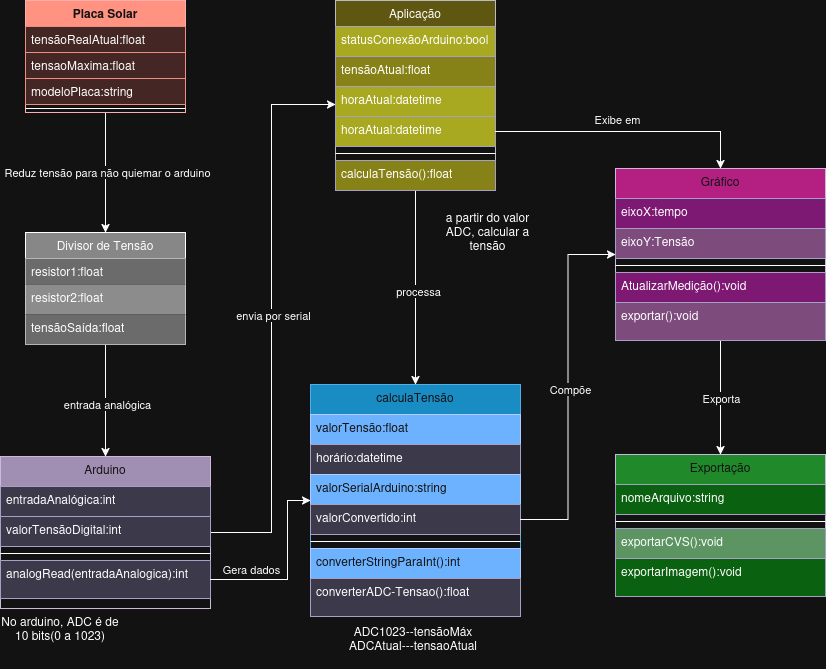
Before: img/Diagrama_Dominio_problema.drawio.png, a diagram exported from draw.io (Andre-LVS/Projeto_Andre_LVS). Source tidied: cells renumbered, new cells last; positions are measured from the earlier drawing's top-left corner, leaving out a move shared by most shapes. The source it was exported from:
```xml
<mxGraphModel>
  <root>
    <mxCell id="0" />
    <mxCell id="1" parent="0" />
    <mxCell id="2" style="edgeStyle=orthogonalEdgeStyle;rounded=0;jettySize=auto;html=1;entryX=0.5;entryY=0;entryDx=0;entryDy=0;" parent="1" edge="1" source="4" target="11">
      <mxGeometry relative="1" as="geometry" />
    </mxCell>
    <mxCell id="3" value="Reduz tensão para não quiemar o arduino" style="edgeLabel;html=1;align=center;verticalAlign=middle;" parent="2" vertex="1">
      <mxGeometry x="-0.01" y="1" relative="1" as="geometry" />
    </mxCell>
    <mxCell id="4" value="Placa Solar" style="swimlane;fontStyle=1;align=center;verticalAlign=top;horizontal=1;startSize=26;rounded=0;shadow=0;strokeWidth=1;fillColor=#e51400;fontColor=#ffffff;strokeColor=#B20000;" parent="1" vertex="1">
      <mxGeometry x="25" width="160" height="112" as="geometry" />
    </mxCell>
    <mxCell id="5" value="tensãoRealAtual:float" style="text;align=left;verticalAlign=top;spacingLeft=4;spacingRight=4;overflow=hidden;fillColor=#fad9d5;strokeColor=#ae4132;" parent="4" vertex="1">
      <mxGeometry y="26" width="160" height="26" as="geometry" />
    </mxCell>
    <mxCell id="6" value="tensaoMaxima:float" style="text;align=left;verticalAlign=top;spacingLeft=4;spacingRight=4;overflow=hidden;rounded=0;shadow=0;html=0;fillColor=#fad9d5;strokeColor=#ae4132;" parent="4" vertex="1">
      <mxGeometry y="52" width="160" height="26" as="geometry" />
    </mxCell>
    <mxCell id="7" value="modeloPlaca:string" style="text;align=left;verticalAlign=top;spacingLeft=4;spacingRight=4;overflow=hidden;rounded=0;shadow=0;html=0;fillColor=#fad9d5;strokeColor=#ae4132;" parent="4" vertex="1">
      <mxGeometry y="78" width="160" height="26" as="geometry" />
    </mxCell>
    <mxCell id="8" style="line;html=1;strokeWidth=1;align=left;verticalAlign=middle;spacingTop=-1;spacingLeft=3;spacingRight=3;labelPosition=right;" parent="4" vertex="1">
      <mxGeometry y="104" width="160" height="8" as="geometry" />
    </mxCell>
    <mxCell id="9" style="edgeStyle=orthogonalEdgeStyle;rounded=0;jettySize=auto;html=1;" parent="1" edge="1" source="11" target="26">
      <mxGeometry relative="1" as="geometry" />
    </mxCell>
    <mxCell id="10" value="entrada analógica" style="edgeLabel;html=1;align=center;verticalAlign=middle;" parent="9" vertex="1">
      <mxGeometry x="0.06" y="1" relative="1" as="geometry" />
    </mxCell>
    <mxCell id="11" value="Divisor de Tensão" style="swimlane;fontStyle=0;align=center;verticalAlign=top;horizontal=1;startSize=26;rounded=0;shadow=0;strokeWidth=1;fillColor=light-dark(#FFFFFF,#878787);" parent="1" vertex="1">
      <mxGeometry x="25" y="232" width="160" height="112" as="geometry" />
    </mxCell>
    <mxCell id="12" value="resistor1:float" style="text;align=left;verticalAlign=top;spacingLeft=4;spacingRight=4;overflow=hidden;fillColor=light-dark(transparent,#6B6B6B);" parent="11" vertex="1">
      <mxGeometry y="26" width="160" height="26" as="geometry" />
    </mxCell>
    <mxCell id="13" value="resistor2:float" style="text;align=left;verticalAlign=top;spacingLeft=4;spacingRight=4;overflow=hidden;rounded=0;shadow=0;html=0;fillColor=light-dark(transparent,#8C8C8C);" parent="11" vertex="1">
      <mxGeometry y="52" width="160" height="30" as="geometry" />
    </mxCell>
    <mxCell id="14" value="tensãoSaída:float" style="text;align=left;verticalAlign=top;spacingLeft=4;spacingRight=4;overflow=hidden;rounded=0;shadow=0;html=0;fillColor=light-dark(transparent,#6B6B6B);" parent="11" vertex="1">
      <mxGeometry y="82" width="160" height="30" as="geometry" />
    </mxCell>
    <mxCell id="15" style="edgeStyle=orthogonalEdgeStyle;rounded=0;jettySize=auto;html=1;entryX=0.5;entryY=0;entryDx=0;entryDy=0;" parent="1" edge="1" source="17" target="32">
      <mxGeometry relative="1" as="geometry">
        <Array as="points">
          <mxPoint x="415" y="360" />
          <mxPoint x="415" y="360" />
        </Array>
      </mxGeometry>
    </mxCell>
    <mxCell id="16" value="processa" style="edgeLabel;html=1;align=center;verticalAlign=middle;" parent="15" vertex="1">
      <mxGeometry x="0.03" y="2" relative="1" as="geometry" />
    </mxCell>
    <mxCell id="17" value="Aplicação" style="swimlane;fontStyle=0;align=center;verticalAlign=top;horizontal=1;startSize=26;rounded=0;shadow=0;strokeWidth=1;fillColor=light-dark(#FFCCCC,#5E5611);strokeColor=#36393d;" parent="1" vertex="1">
      <mxGeometry x="335" width="160" height="190" as="geometry" />
    </mxCell>
    <mxCell id="18" value="statusConexãoArduino:bool" style="text;align=left;verticalAlign=top;spacingLeft=4;spacingRight=4;overflow=hidden;fillColor=light-dark(#D0CEE2,#A8A821);strokeColor=#56517e;" parent="17" vertex="1">
      <mxGeometry y="26" width="160" height="30" as="geometry" />
    </mxCell>
    <mxCell id="19" value="tensãoAtual:float" style="text;align=left;verticalAlign=top;spacingLeft=4;spacingRight=4;overflow=hidden;fillColor=light-dark(#D0CEE2,#878218);strokeColor=#56517e;" parent="17" vertex="1">
      <mxGeometry y="56" width="160" height="30" as="geometry" />
    </mxCell>
    <mxCell id="20" value="horaAtual:datetime" style="text;align=left;verticalAlign=top;spacingLeft=4;spacingRight=4;overflow=hidden;fillColor=light-dark(#D0CEE2,#A8A821);strokeColor=#56517e;" parent="17" vertex="1">
      <mxGeometry y="86" width="160" height="30" as="geometry" />
    </mxCell>
    <mxCell id="21" value="horaAtual:datetime" style="text;align=left;verticalAlign=top;spacingLeft=4;spacingRight=4;overflow=hidden;points=[[0,0.5],[1,0.5]];portConstraint=eastwest;fillColor=light-dark(#D0CEE2,#A8A821);strokeColor=#56517e;" parent="17" vertex="1">
      <mxGeometry y="116" width="160" height="30" as="geometry" />
    </mxCell>
    <mxCell id="22" style="line;html=1;strokeWidth=1;align=left;verticalAlign=middle;spacingTop=-1;spacingLeft=3;spacingRight=3;labelPosition=right;" parent="17" vertex="1">
      <mxGeometry y="146" width="160" height="14" as="geometry" />
    </mxCell>
    <mxCell id="23" value="calculaTensão():float" style="text;align=left;verticalAlign=top;spacingLeft=4;spacingRight=4;overflow=hidden;fillColor=light-dark(#D0CEE2,#878218);strokeColor=#56517e;" parent="17" vertex="1">
      <mxGeometry y="160" width="160" height="30" as="geometry" />
    </mxCell>
    <mxCell id="24" style="edgeStyle=orthogonalEdgeStyle;rounded=0;jettySize=auto;html=1;" parent="1" edge="1" source="26">
      <mxGeometry relative="1" as="geometry">
        <mxPoint x="335" y="104" as="targetPoint" />
        <Array as="points">
          <mxPoint x="271" y="532" />
          <mxPoint x="271" y="104" />
          <mxPoint x="335" y="104" />
        </Array>
      </mxGeometry>
    </mxCell>
    <mxCell id="25" value="envia por serial" style="edgeLabel;html=1;align=center;verticalAlign=middle;" parent="24" vertex="1">
      <mxGeometry x="0.01" y="-1" relative="1" as="geometry" />
    </mxCell>
    <mxCell id="26" value="Arduino" style="swimlane;fontStyle=0;align=center;verticalAlign=top;horizontal=1;startSize=30;rounded=0;shadow=0;strokeWidth=1;fillColor=#76608a;fontColor=#ffffff;strokeColor=#432D57;" parent="1" vertex="1">
      <mxGeometry y="456" width="210" height="152" as="geometry" />
    </mxCell>
    <mxCell id="27" value="entradaAnalógica:int" style="text;align=left;verticalAlign=top;spacingLeft=4;spacingRight=4;overflow=hidden;fillColor=#d0cee2;strokeColor=#56517e;" parent="26" vertex="1">
      <mxGeometry y="30" width="210" height="30" as="geometry" />
    </mxCell>
    <mxCell id="28" value="valorTensãoDigital:int" style="text;align=left;verticalAlign=top;spacingLeft=4;spacingRight=4;overflow=hidden;fillColor=#d0cee2;strokeColor=#56517e;" parent="26" vertex="1">
      <mxGeometry y="60" width="210" height="30" as="geometry" />
    </mxCell>
    <mxCell id="29" style="line;html=1;strokeWidth=1;align=left;verticalAlign=middle;spacingTop=-1;spacingLeft=3;spacingRight=3;labelPosition=right;" parent="26" vertex="1">
      <mxGeometry y="90" width="210" height="14" as="geometry" />
    </mxCell>
    <mxCell id="30" value="analogRead(entradaAnalogica):int" style="text;align=left;verticalAlign=top;spacingLeft=4;spacingRight=4;overflow=hidden;points=[[0,0.5],[1,0.5]];portConstraint=eastwest;fillColor=#d0cee2;strokeColor=#56517e;" parent="26" vertex="1">
      <mxGeometry y="104" width="210" height="38" as="geometry" />
    </mxCell>
    <mxCell id="31" value="No arduino, ADC é de 10 bits(0 a 1023)" style="text;html=1;whiteSpace=wrap;strokeColor=none;fillColor=none;align=center;verticalAlign=middle;rounded=0;" parent="1" vertex="1">
      <mxGeometry y="608" width="120" height="40" as="geometry" />
    </mxCell>
    <mxCell id="32" value="calculaTensão" style="swimlane;fontStyle=0;align=center;verticalAlign=top;horizontal=1;startSize=30;rounded=0;shadow=0;strokeWidth=1;fillColor=#1ba1e2;strokeColor=#006EAF;fontColor=#ffffff;" parent="1" vertex="1">
      <mxGeometry x="310" y="384" width="210" height="232" as="geometry" />
    </mxCell>
    <mxCell id="33" value="valorTensão:float" style="text;align=left;verticalAlign=top;spacingLeft=4;spacingRight=4;overflow=hidden;fillColor=#0050ef;strokeColor=#001DBC;fontColor=#ffffff;" parent="32" vertex="1">
      <mxGeometry y="30" width="210" height="30" as="geometry" />
    </mxCell>
    <mxCell id="34" value="horário:datetime" style="text;align=left;verticalAlign=top;spacingLeft=4;spacingRight=4;overflow=hidden;fillColor=#d0cee2;strokeColor=#56517e;" parent="32" vertex="1">
      <mxGeometry y="60" width="210" height="30" as="geometry" />
    </mxCell>
    <mxCell id="35" value="valorSerialArduino:string" style="text;align=left;verticalAlign=top;spacingLeft=4;spacingRight=4;overflow=hidden;fillColor=#0050ef;strokeColor=#001DBC;fontColor=#ffffff;" parent="32" vertex="1">
      <mxGeometry y="90" width="210" height="30" as="geometry" />
    </mxCell>
    <mxCell id="36" value="valorConvertido:int" style="text;align=left;verticalAlign=top;spacingLeft=4;spacingRight=4;overflow=hidden;points=[[0,0.5],[1,0.5]];portConstraint=eastwest;fillColor=#d0cee2;strokeColor=#56517e;" parent="32" vertex="1">
      <mxGeometry y="120" width="210" height="30" as="geometry" />
    </mxCell>
    <mxCell id="37" style="line;html=1;strokeWidth=1;align=left;verticalAlign=middle;spacingTop=-1;spacingLeft=3;spacingRight=3;labelPosition=right;" parent="32" vertex="1">
      <mxGeometry y="150" width="210" height="14" as="geometry" />
    </mxCell>
    <mxCell id="38" value="converterStringParaInt():int" style="text;align=left;verticalAlign=top;spacingLeft=4;spacingRight=4;overflow=hidden;fillColor=#0050ef;strokeColor=#001DBC;fontColor=#ffffff;" parent="32" vertex="1">
      <mxGeometry y="164" width="210" height="30" as="geometry" />
    </mxCell>
    <mxCell id="39" value="converterADC-Tensao():float" style="text;align=left;verticalAlign=top;spacingLeft=4;spacingRight=4;overflow=hidden;fillColor=#d0cee2;strokeColor=#56517e;" parent="32" vertex="1">
      <mxGeometry y="194" width="210" height="38" as="geometry" />
    </mxCell>
    <mxCell id="40" value="&lt;div&gt;ADC1023--tensãoMáx&lt;/div&gt;&lt;div&gt;ADCAtual---tensaoAtual&lt;/div&gt;" style="text;html=1;whiteSpace=wrap;strokeColor=none;fillColor=none;align=center;verticalAlign=middle;rounded=0;" parent="1" vertex="1">
      <mxGeometry x="343" y="608" width="140" height="60" as="geometry" />
    </mxCell>
    <mxCell id="41" style="edgeStyle=orthogonalEdgeStyle;rounded=0;jettySize=auto;html=1;entryX=0.5;entryY=0;entryDx=0;entryDy=0;" parent="1" edge="1" source="43" target="49">
      <mxGeometry relative="1" as="geometry" />
    </mxCell>
    <mxCell id="42" value="Exporta" style="edgeLabel;html=1;align=center;verticalAlign=middle;" parent="41" vertex="1">
      <mxGeometry relative="1" as="geometry" />
    </mxCell>
    <mxCell id="43" value="Gráfico" style="swimlane;fontStyle=0;align=center;verticalAlign=top;horizontal=1;startSize=30;rounded=0;shadow=0;strokeWidth=1;fillColor=light-dark(#76608A,#B32082);fontColor=#ffffff;strokeColor=#432D57;" parent="1" vertex="1">
      <mxGeometry x="615" y="168" width="210" height="172" as="geometry" />
    </mxCell>
    <mxCell id="44" value="eixoX:tempo" style="text;align=left;verticalAlign=top;spacingLeft=4;spacingRight=4;overflow=hidden;fillColor=light-dark(#D0CEE2,#7D1873);strokeColor=#56517e;" parent="43" vertex="1">
      <mxGeometry y="30" width="210" height="30" as="geometry" />
    </mxCell>
    <mxCell id="45" value="eixoY:Tensão" style="text;align=left;verticalAlign=top;spacingLeft=4;spacingRight=4;overflow=hidden;fillColor=light-dark(#D0CEE2,#7D4C7D);strokeColor=#56517e;" parent="43" vertex="1">
      <mxGeometry y="60" width="210" height="30" as="geometry" />
    </mxCell>
    <mxCell id="46" style="line;html=1;strokeWidth=1;align=left;verticalAlign=middle;spacingTop=-1;spacingLeft=3;spacingRight=3;labelPosition=right;" parent="43" vertex="1">
      <mxGeometry y="90" width="210" height="14" as="geometry" />
    </mxCell>
    <mxCell id="47" value="AtualizarMedição():void" style="text;align=left;verticalAlign=top;spacingLeft=4;spacingRight=4;overflow=hidden;fillColor=light-dark(#D0CEE2,#7D1873);strokeColor=#56517e;" parent="43" vertex="1">
      <mxGeometry y="104" width="210" height="30" as="geometry" />
    </mxCell>
    <mxCell id="48" value="exportar():void" style="text;align=left;verticalAlign=top;spacingLeft=4;spacingRight=4;overflow=hidden;fillColor=light-dark(#D0CEE2,#7D4C7D);strokeColor=#56517e;fontColor=default;" parent="43" vertex="1">
      <mxGeometry y="134" width="210" height="38" as="geometry" />
    </mxCell>
    <mxCell id="49" value="Exportação" style="swimlane;fontStyle=0;align=center;verticalAlign=top;horizontal=1;startSize=30;rounded=0;shadow=0;strokeWidth=1;fillColor=light-dark(#76608A,#208A2A);fontColor=#ffffff;strokeColor=#432D57;" parent="1" vertex="1">
      <mxGeometry x="615" y="454" width="210" height="142" as="geometry" />
    </mxCell>
    <mxCell id="50" value="nomeArquivo:string" style="text;align=left;verticalAlign=top;spacingLeft=4;spacingRight=4;overflow=hidden;fillColor=light-dark(#D0CEE2,#0A6110);strokeColor=#56517e;" parent="49" vertex="1">
      <mxGeometry y="30" width="210" height="30" as="geometry" />
    </mxCell>
    <mxCell id="51" style="line;html=1;strokeWidth=1;align=left;verticalAlign=middle;spacingTop=-1;spacingLeft=3;spacingRight=3;labelPosition=right;" parent="49" vertex="1">
      <mxGeometry y="60" width="210" height="14" as="geometry" />
    </mxCell>
    <mxCell id="52" value="exportarCVS():void" style="text;align=left;verticalAlign=top;spacingLeft=4;spacingRight=4;overflow=hidden;fillColor=light-dark(#D0CEE2,#5C9462);strokeColor=#56517e;" parent="49" vertex="1">
      <mxGeometry y="74" width="210" height="30" as="geometry" />
    </mxCell>
    <mxCell id="53" value="exportarImagem():void" style="text;align=left;verticalAlign=top;spacingLeft=4;spacingRight=4;overflow=hidden;fillColor=light-dark(#D0CEE2,#0A6110);strokeColor=#56517e;" parent="49" vertex="1">
      <mxGeometry y="104" width="210" height="38" as="geometry" />
    </mxCell>
    <mxCell id="54" value="a partir do valor ADC, calcular a tensão" style="text;html=1;whiteSpace=wrap;strokeColor=none;fillColor=none;align=center;verticalAlign=middle;rounded=0;" parent="1" vertex="1">
      <mxGeometry x="440" y="216" width="95" height="30" as="geometry" />
    </mxCell>
    <mxCell id="55" style="edgeStyle=orthogonalEdgeStyle;rounded=0;jettySize=auto;html=1;entryX=0.5;entryY=0;entryDx=0;entryDy=0;" parent="1" edge="1" source="21" target="43">
      <mxGeometry relative="1" as="geometry" />
    </mxCell>
    <mxCell id="56" value="Exibe em" style="edgeLabel;html=1;align=center;verticalAlign=middle;rotation=0;" parent="55" vertex="1">
      <mxGeometry x="-0.08" y="-4" relative="1" as="geometry">
        <mxPoint y="-17" as="offset" />
      </mxGeometry>
    </mxCell>
    <mxCell id="57" style="edgeStyle=orthogonalEdgeStyle;rounded=0;jettySize=auto;html=1;exitX=1;exitY=0.5;exitDx=0;exitDy=0;entryX=0;entryY=0.5;entryDx=0;entryDy=0;" parent="1" edge="1" source="30" target="32">
      <mxGeometry relative="1" as="geometry">
        <Array as="points">
          <mxPoint x="287" y="579" />
          <mxPoint x="287" y="500" />
        </Array>
      </mxGeometry>
    </mxCell>
    <mxCell id="58" value="Gera dados" style="edgeLabel;html=1;align=center;verticalAlign=middle;" parent="57" vertex="1">
      <mxGeometry x="-0.55" y="-2" relative="1" as="geometry">
        <mxPoint y="-13" as="offset" />
      </mxGeometry>
    </mxCell>
    <mxCell id="59" style="edgeStyle=orthogonalEdgeStyle;rounded=0;jettySize=auto;html=1;exitX=1;exitY=0.5;exitDx=0;exitDy=0;entryX=0;entryY=0.5;entryDx=0;entryDy=0;" parent="1" edge="1" source="36" target="43">
      <mxGeometry relative="1" as="geometry" />
    </mxCell>
    <mxCell id="60" value="Compõe" style="edgeLabel;html=1;align=center;verticalAlign=middle;" parent="59" vertex="1">
      <mxGeometry x="-0.01" y="-1" relative="1" as="geometry">
        <mxPoint x="1" as="offset" />
      </mxGeometry>
    </mxCell>
  </root>
</mxGraphModel>
```
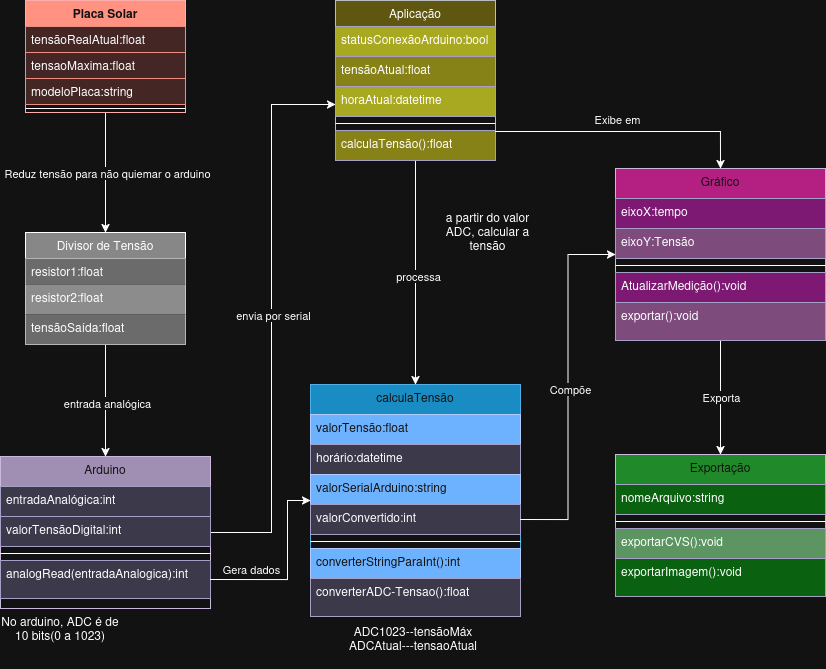
The same file after the commit.

Commit message:
Diagrama dominio do problema

What changed in the source:
```diff
@@ -53,7 +53,7 @@
       <mxGeometry x="0.03" y="2" relative="1" as="geometry" />
     </mxCell>
     <mxCell id="17" value="Aplicação" style="swimlane;fontStyle=0;align=center;verticalAlign=top;horizontal=1;startSize=26;rounded=0;shadow=0;strokeWidth=1;fillColor=light-dark(#FFCCCC,#5E5611);strokeColor=#36393d;" parent="1" vertex="1">
-      <mxGeometry x="335" width="160" height="190" as="geometry" />
+      <mxGeometry x="335" width="160" height="160" as="geometry" />
     </mxCell>
     <mxCell id="18" value="statusConexãoArduino:bool" style="text;align=left;verticalAlign=top;spacingLeft=4;spacingRight=4;overflow=hidden;fillColor=light-dark(#D0CEE2,#A8A821);strokeColor=#56517e;" parent="17" vertex="1">
       <mxGeometry y="26" width="160" height="30" as="geometry" />
@@ -64,14 +64,11 @@
     <mxCell id="20" value="horaAtual:datetime" style="text;align=left;verticalAlign=top;spacingLeft=4;spacingRight=4;overflow=hidden;fillColor=light-dark(#D0CEE2,#A8A821);strokeColor=#56517e;" parent="17" vertex="1">
       <mxGeometry y="86" width="160" height="30" as="geometry" />
     </mxCell>
-    <mxCell id="21" value="horaAtual:datetime" style="text;align=left;verticalAlign=top;spacingLeft=4;spacingRight=4;overflow=hidden;points=[[0,0.5],[1,0.5]];portConstraint=eastwest;fillColor=light-dark(#D0CEE2,#A8A821);strokeColor=#56517e;" parent="17" vertex="1">
-      <mxGeometry y="116" width="160" height="30" as="geometry" />
-    </mxCell>
     <mxCell id="22" style="line;html=1;strokeWidth=1;align=left;verticalAlign=middle;spacingTop=-1;spacingLeft=3;spacingRight=3;labelPosition=right;" parent="17" vertex="1">
-      <mxGeometry y="146" width="160" height="14" as="geometry" />
+      <mxGeometry y="116" width="160" height="14" as="geometry" />
     </mxCell>
     <mxCell id="23" value="calculaTensão():float" style="text;align=left;verticalAlign=top;spacingLeft=4;spacingRight=4;overflow=hidden;fillColor=light-dark(#D0CEE2,#878218);strokeColor=#56517e;" parent="17" vertex="1">
-      <mxGeometry y="160" width="160" height="30" as="geometry" />
+      <mxGeometry y="130" width="160" height="30" as="geometry" />
     </mxCell>
     <mxCell id="24" style="edgeStyle=orthogonalEdgeStyle;rounded=0;jettySize=auto;html=1;" parent="1" edge="1" source="26">
       <mxGeometry relative="1" as="geometry">
@@ -173,8 +170,10 @@
     <mxCell id="54" value="a partir do valor ADC, calcular a tensão" style="text;html=1;whiteSpace=wrap;strokeColor=none;fillColor=none;align=center;verticalAlign=middle;rounded=0;" parent="1" vertex="1">
       <mxGeometry x="440" y="216" width="95" height="30" as="geometry" />
     </mxCell>
-    <mxCell id="55" style="edgeStyle=orthogonalEdgeStyle;rounded=0;jettySize=auto;html=1;entryX=0.5;entryY=0;entryDx=0;entryDy=0;" parent="1" edge="1" source="21" target="43">
-      <mxGeometry relative="1" as="geometry" />
+    <mxCell id="55" style="edgeStyle=orthogonalEdgeStyle;rounded=0;jettySize=auto;html=1;entryX=0.5;entryY=0;entryDx=0;entryDy=0;" parent="1" edge="1" target="43">
+      <mxGeometry relative="1" as="geometry">
+        <mxPoint x="495" y="131" as="sourcePoint" />
+      </mxGeometry>
     </mxCell>
     <mxCell id="56" value="Exibe em" style="edgeLabel;html=1;align=center;verticalAlign=middle;rotation=0;" parent="55" vertex="1">
       <mxGeometry x="-0.08" y="-4" relative="1" as="geometry">
```
